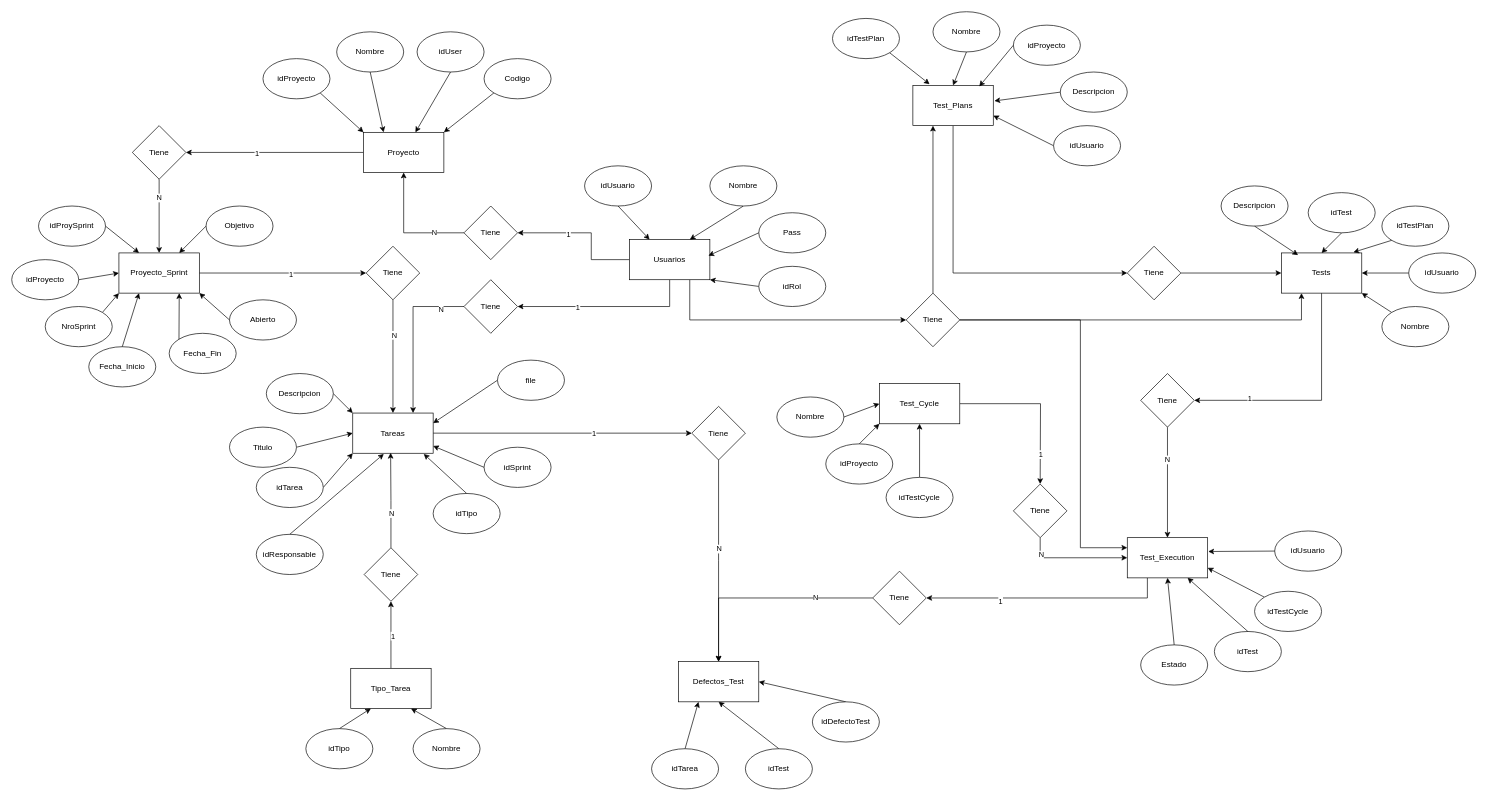
Above: docs/DER.drawio in sosilvera/edshira (draw.io), before the change. Source tidied: cells renumbered, new cells numbered last; positions are measured from the earlier drawing's top-left corner, leaving out a move shared by most shapes. Both pictures are drawn from the tidied source at 67%, with x=0, y=0 at pixel (11, 11).
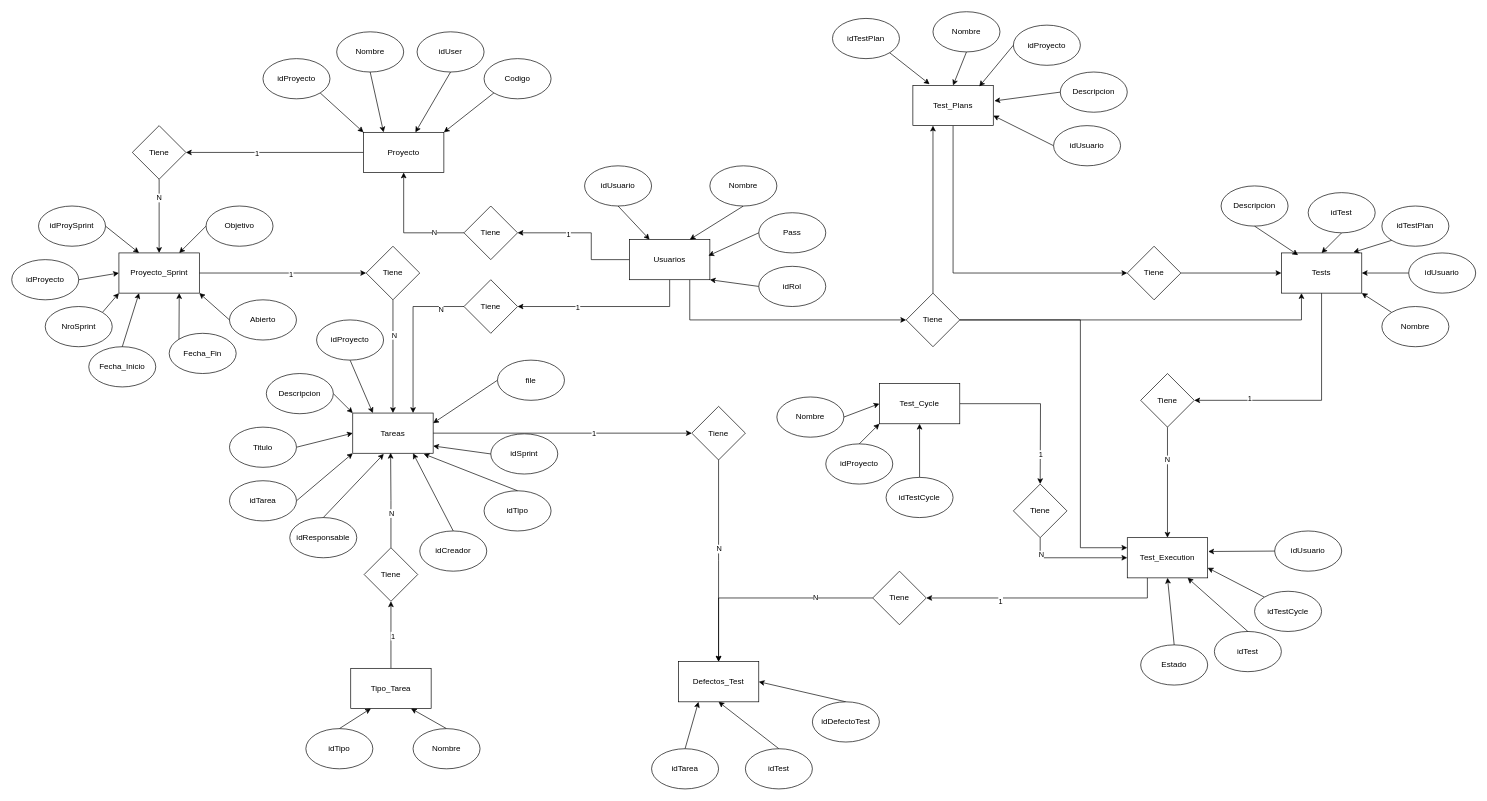
The same diagram, later.

Unchanged cells that the change refers to:
```xml
<mxCell id="10" value="Tareas" style="rounded=0;whiteSpace=wrap;html=1;" parent="1" vertex="1">
  <mxGeometry x="509" y="599" width="120" height="60" as="geometry" />
</mxCell>
```

What changed in the source:
```diff
@@
     <mxCell id="54" value="idTarea" style="ellipse;whiteSpace=wrap;html=1;" parent="1" vertex="1">
-      <mxGeometry x="365" y="680" width="100" height="60" as="geometry" />
+      <mxGeometry x="325" y="700" width="100" height="60" as="geometry" />
     </mxCell>
     <mxCell id="55" value="idResponsable" style="ellipse;whiteSpace=wrap;html=1;" parent="1" vertex="1">
-      <mxGeometry x="365" y="780" width="100" height="60" as="geometry" />
+      <mxGeometry x="415" y="755" width="100" height="60" as="geometry" />
     </mxCell>
     <mxCell id="56" value="idTipo" style="ellipse;whiteSpace=wrap;html=1;" parent="1" vertex="1">
-      <mxGeometry x="629" y="719" width="100" height="60" as="geometry" />
+      <mxGeometry x="705" y="715" width="100" height="60" as="geometry" />
     </mxCell>
     <mxCell id="57" value="idSprint" style="ellipse;whiteSpace=wrap;html=1;" parent="1" vertex="1">
-      <mxGeometry x="705" y="650" width="100" height="60" as="geometry" />
+      <mxGeometry x="715" y="630" width="100" height="60" as="geometry" />
     </mxCell>
@@
+    <mxCell id="154" style="rounded=0;jettySize=auto;html=1;exitX=0.5;exitY=0;exitDx=0;exitDy=0;entryX=0.75;entryY=1;entryDx=0;entryDy=0;" parent="1" edge="1" source="155" target="10">
+      <mxGeometry relative="1" as="geometry" />
+    </mxCell>
+    <mxCell id="155" value="idCreador" style="ellipse;whiteSpace=wrap;html=1;" parent="1" vertex="1">
+      <mxGeometry x="609" y="775" width="100" height="60" as="geometry" />
+    </mxCell>
+    <mxCell id="156" style="rounded=0;jettySize=auto;html=1;exitX=0.5;exitY=1;exitDx=0;exitDy=0;entryX=0.25;entryY=0;entryDx=0;entryDy=0;" parent="1" edge="1" source="157" target="10">
+      <mxGeometry relative="1" as="geometry" />
+    </mxCell>
+    <mxCell id="157" value="idProyecto" style="ellipse;whiteSpace=wrap;html=1;" parent="1" vertex="1">
+      <mxGeometry x="455" y="460" width="100" height="60" as="geometry" />
+    </mxCell>
```
